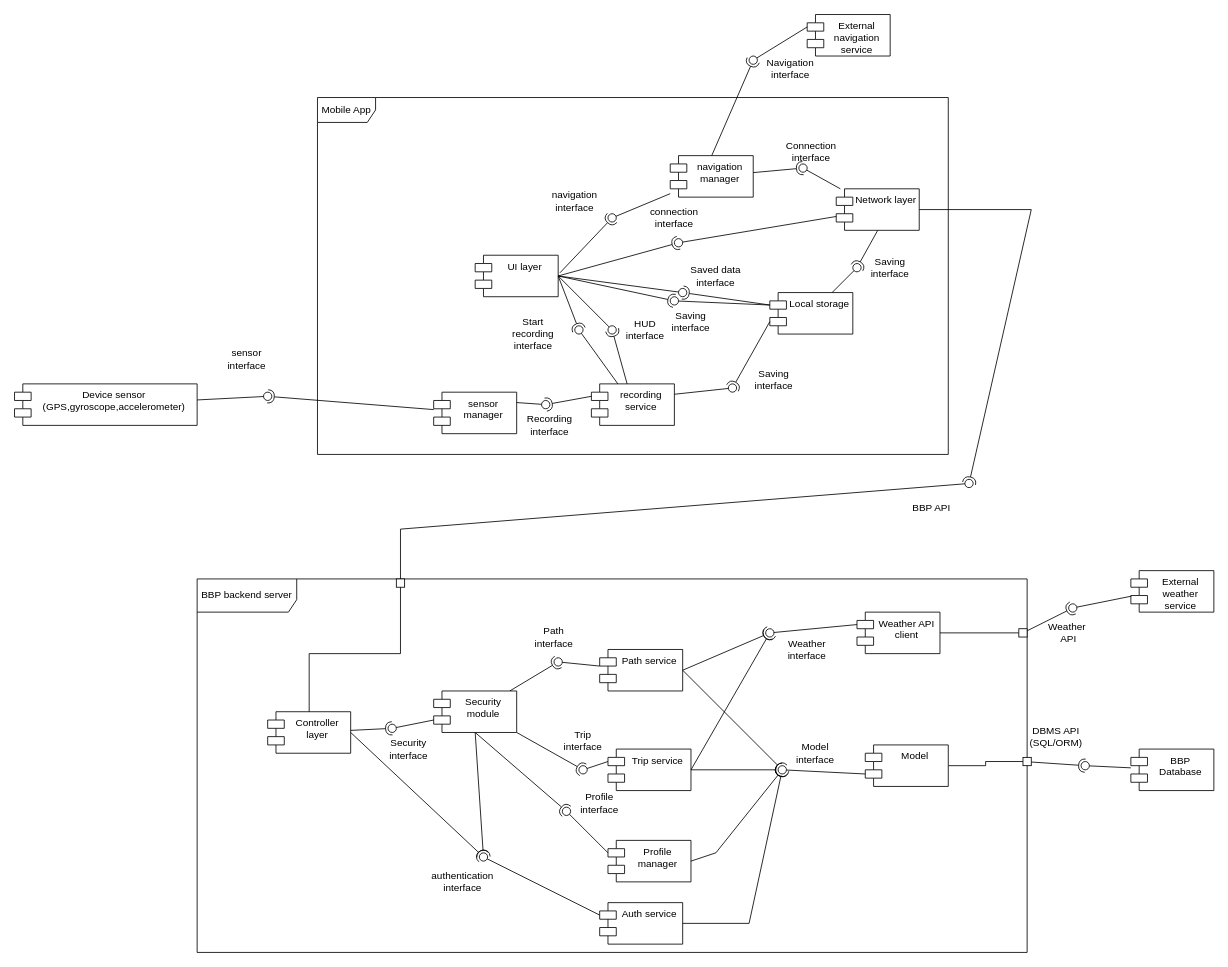
The draw.io diagram page "Complete_low_level_diagram" (3 of 7) of DD/LaTeXCode/images/drawio/Component_diagram.drawio in jacopobellosi/Bellosi-Montanelli-Tempobono, before the edit. Source tidied: cells renumbered, new cells numbered last; positions are measured from the earlier drawing's top-left corner, leaving out a move shared by most shapes. Both pictures are drawn from the tidied source at 83%, with x=0, y=0 at pixel (14, 14).
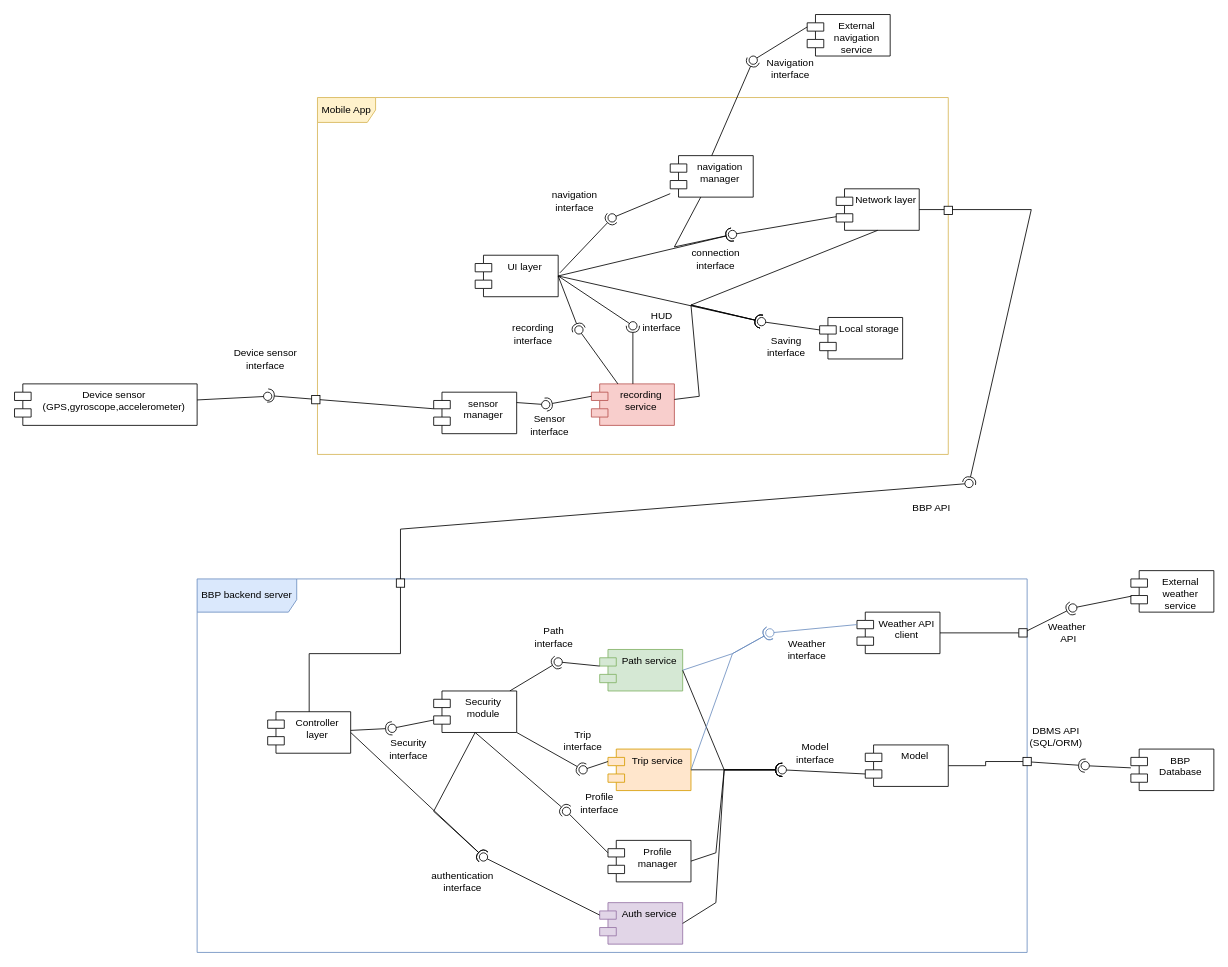
Above is the later version.

The change refers to these unchanged cells:
```xml
<mxCell id="32" value="Weather API client" style="shape=module;align=left;spacingLeft=20;align=center;verticalAlign=top;whiteSpace=wrap;html=1;" parent="1" vertex="1">
  <mxGeometry x="1015" y="720" width="100" height="50" as="geometry" />
</mxCell>
<mxCell id="33" value="Profile manager" style="shape=module;align=left;spacingLeft=20;align=center;verticalAlign=top;whiteSpace=wrap;html=1;" parent="1" vertex="1">
  <mxGeometry x="715" y="995" width="100" height="50" as="geometry" />
</mxCell>
<mxCell id="38" style="ellipse;whiteSpace=wrap;html=1;align=center;fillColor=none;strokeColor=none;perimeter=centerPerimeter;points=[];outlineConnect=1;" parent="1" vertex="1">
  <mxGeometry x="560" y="1010" width="10" height="10" as="geometry" />
</mxCell>
<mxCell id="57" style="ellipse;whiteSpace=wrap;html=1;align=center;fillColor=none;strokeColor=none;perimeter=centerPerimeter;points=[];outlineConnect=1;" parent="1" vertex="1">
  <mxGeometry x="905" y="740" width="10" height="10" as="geometry" />
</mxCell>
<mxCell id="58" value="Security&lt;br&gt;module" style="shape=module;align=left;spacingLeft=20;align=center;verticalAlign=top;whiteSpace=wrap;html=1;" parent="1" vertex="1">
  <mxGeometry x="505" y="815" width="100" height="50" as="geometry" />
</mxCell>
<mxCell id="63" value="UI layer" style="shape=module;align=left;spacingLeft=20;align=center;verticalAlign=top;whiteSpace=wrap;html=1;" parent="1" vertex="1">
  <mxGeometry x="555" y="290" width="100" height="50" as="geometry" />
</mxCell>
<mxCell id="65" value="sensor manager" style="shape=module;align=left;spacingLeft=20;align=center;verticalAlign=top;whiteSpace=wrap;html=1;" parent="1" vertex="1">
  <mxGeometry x="505" y="455" width="100" height="50" as="geometry" />
</mxCell>
<mxCell id="66" value="navigation&lt;br&gt;manager" style="shape=module;align=left;spacingLeft=20;align=center;verticalAlign=top;whiteSpace=wrap;html=1;" parent="1" vertex="1">
  <mxGeometry x="790" y="170" width="100" height="50" as="geometry" />
</mxCell>
<mxCell id="67" value="Network layer" style="shape=module;align=left;spacingLeft=20;align=center;verticalAlign=top;whiteSpace=wrap;html=1;" parent="1" vertex="1">
  <mxGeometry x="990" y="210" width="100" height="50" as="geometry" />
</mxCell>
<mxCell id="87" style="ellipse;whiteSpace=wrap;html=1;align=center;fillColor=none;strokeColor=none;perimeter=centerPerimeter;points=[];outlineConnect=1;" parent="1" vertex="1">
  <mxGeometry x="800" y="330" width="10" height="10" as="geometry" />
</mxCell>
<mxCell id="90" style="ellipse;whiteSpace=wrap;html=1;align=center;fillColor=none;strokeColor=none;perimeter=centerPerimeter;points=[];outlineConnect=1;" parent="1" vertex="1">
  <mxGeometry x="945" y="180" width="10" height="10" as="geometry" />
</mxCell>
<mxCell id="93" style="ellipse;whiteSpace=wrap;html=1;align=center;fillColor=none;strokeColor=none;perimeter=centerPerimeter;points=[];outlineConnect=1;" parent="1" vertex="1">
  <mxGeometry x="860" y="445" width="10" height="10" as="geometry" />
</mxCell>
<mxCell id="96" style="ellipse;whiteSpace=wrap;html=1;align=center;fillColor=none;strokeColor=none;perimeter=centerPerimeter;points=[];outlineConnect=1;" parent="1" vertex="1">
  <mxGeometry x="1010" y="300" width="10" height="10" as="geometry" />
</mxCell>
<mxCell id="102" style="ellipse;whiteSpace=wrap;html=1;align=center;fillColor=none;strokeColor=none;perimeter=centerPerimeter;points=[];outlineConnect=1;" parent="1" vertex="1">
  <mxGeometry x="300" y="455" width="10" height="10" as="geometry" />
</mxCell>
<mxCell id="108" style="ellipse;whiteSpace=wrap;html=1;align=center;fillColor=none;strokeColor=none;perimeter=centerPerimeter;points=[];outlineConnect=1;" parent="1" vertex="1">
  <mxGeometry x="715" y="375" width="10" height="10" as="geometry" />
</mxCell>
```

What changed in the source:
```diff
@@
-    <mxCell id="2" value="BBP backend server" style="shape=umlFrame;whiteSpace=wrap;html=1;width=120;height=40;" parent="1" vertex="1">
+    <mxCell id="2" value="BBP backend server" style="shape=umlFrame;whiteSpace=wrap;html=1;width=120;height=40;fillColor=#dae8fc;strokeColor=#6c8ebf;" parent="1" vertex="1">
       <mxGeometry x="220" y="680" width="1000" height="450" as="geometry" />
     </mxCell>
@@
-    <mxCell id="20" value="sensor interface" style="text;html=1;whiteSpace=wrap;strokeColor=none;fillColor=none;align=center;verticalAlign=middle;rounded=0;" parent="1" vertex="1">
-      <mxGeometry x="250" y="400" width="60" height="30" as="geometry" />
+    <mxCell id="20" value="Device sensor interface" style="text;html=1;whiteSpace=wrap;strokeColor=none;fillColor=none;align=center;verticalAlign=middle;rounded=0;" parent="1" vertex="1">
+      <mxGeometry x="250" y="400" width="105" height="30" as="geometry" />
     </mxCell>
@@
-    <mxCell id="28" value="Auth service" style="shape=module;align=left;spacingLeft=20;align=center;verticalAlign=top;whiteSpace=wrap;html=1;" parent="1" vertex="1">
+    <mxCell id="28" value="Auth service" style="shape=module;align=left;spacingLeft=20;align=center;verticalAlign=top;whiteSpace=wrap;html=1;fillColor=#e1d5e7;strokeColor=#9673a6;" parent="1" vertex="1">
       <mxGeometry x="705" y="1070" width="100" height="50" as="geometry" />
     </mxCell>
@@
-    <mxCell id="30" value="Path service" style="shape=module;align=left;spacingLeft=20;align=center;verticalAlign=top;whiteSpace=wrap;html=1;" parent="1" vertex="1">
+    <mxCell id="30" value="Path service" style="shape=module;align=left;spacingLeft=20;align=center;verticalAlign=top;whiteSpace=wrap;html=1;fillColor=#d5e8d4;strokeColor=#82b366;" parent="1" vertex="1">
       <mxGeometry x="705" y="765" width="100" height="50" as="geometry" />
     </mxCell>
-    <mxCell id="31" value="Trip service" style="shape=module;align=left;spacingLeft=20;align=center;verticalAlign=top;whiteSpace=wrap;html=1;" parent="1" vertex="1">
+    <mxCell id="31" value="Trip service" style="shape=module;align=left;spacingLeft=20;align=center;verticalAlign=top;whiteSpace=wrap;html=1;fillColor=#ffe6cc;strokeColor=#d79b00;" parent="1" vertex="1">
       <mxGeometry x="715" y="885" width="100" height="50" as="geometry" />
     </mxCell>
@@
     <mxCell id="48" style="rounded=0;jettySize=auto;html=1;endArrow=halfCircle;endFill=0;endSize=6;strokeWidth=1;sketch=0;exitX=1;exitY=0.5;exitDx=0;exitDy=0;" parent="1" edge="1" source="28">
       <mxGeometry relative="1" as="geometry">
         <mxPoint x="925" y="910" as="targetPoint" />
         <Array as="points">
-          <mxPoint x="885" y="1095" />
+          <mxPoint x="845" y="1070" />
+          <mxPoint x="855" y="910" />
         </Array>
       </mxGeometry>
     </mxCell>
@@
     <mxCell id="51" style="rounded=0;jettySize=auto;html=1;endArrow=halfCircle;endFill=0;endSize=6;strokeWidth=1;sketch=0;exitX=1;exitY=0.5;exitDx=0;exitDy=0;" parent="1" edge="1" source="30">
       <mxGeometry relative="1" as="geometry">
         <mxPoint x="925" y="910" as="targetPoint" />
+        <Array as="points">
+          <mxPoint x="855" y="910" />
+        </Array>
       </mxGeometry>
     </mxCell>
@@
-    <mxCell id="55" style="rounded=0;jettySize=auto;html=1;endArrow=halfCircle;endFill=0;endSize=6;strokeWidth=1;sketch=0;exitX=1;exitY=0.5;exitDx=0;exitDy=0;fillColor=#fff2cc;strokeColor=light-dark(#000000, #6d5100);" parent="1" edge="1" source="30" target="57">
-      <mxGeometry relative="1" as="geometry" />
+    <mxCell id="55" style="rounded=0;jettySize=auto;html=1;endArrow=halfCircle;endFill=0;endSize=6;strokeWidth=1;sketch=0;exitX=1;exitY=0.5;exitDx=0;exitDy=0;fillColor=#dae8fc;strokeColor=#6c8ebf;" parent="1" edge="1" source="30" target="57">
+      <mxGeometry relative="1" as="geometry">
+        <Array as="points">
+          <mxPoint x="865" y="770" />
+        </Array>
+      </mxGeometry>
     </mxCell>
-    <mxCell id="56" style="rounded=0;jettySize=auto;html=1;endArrow=oval;endFill=0;sketch=0;sourcePerimeterSpacing=0;targetPerimeterSpacing=0;endSize=10;exitX=0;exitY=0;exitDx=0;exitDy=15;exitPerimeter=0;fillColor=#fff2cc;strokeColor=light-dark(#000000, #6d5100);" parent="1" edge="1" source="32" target="57">
+    <mxCell id="56" style="rounded=0;jettySize=auto;html=1;endArrow=oval;endFill=0;sketch=0;sourcePerimeterSpacing=0;targetPerimeterSpacing=0;endSize=10;exitX=0;exitY=0;exitDx=0;exitDy=15;exitPerimeter=0;fillColor=#dae8fc;strokeColor=#6c8ebf;" parent="1" edge="1" source="32" target="57">
       <mxGeometry relative="1" as="geometry" />
     </mxCell>
@@
+    <mxCell id="62" value="Mobile App" style="shape=umlFrame;whiteSpace=wrap;html=1;width=70;height=30;fillColor=#fff2cc;strokeColor=#d6b656;gradientColor=none;swimlaneFillColor=none;fillStyle=auto;" parent="1" vertex="1">
+      <mxGeometry x="365" y="100" width="760" height="430" as="geometry" />
+    </mxCell>
@@
-    <mxCell id="62" value="Mobile App" style="shape=umlFrame;whiteSpace=wrap;html=1;width=70;height=30;" parent="1" vertex="1">
-      <mxGeometry x="365" y="100" width="760" height="430" as="geometry" />
-    </mxCell>
@@
-    <mxCell id="64" value="recording&lt;br&gt;service" style="shape=module;align=left;spacingLeft=20;align=center;verticalAlign=top;whiteSpace=wrap;html=1;" parent="1" vertex="1">
+    <mxCell id="64" value="recording&lt;br&gt;service" style="shape=module;align=left;spacingLeft=20;align=center;verticalAlign=top;whiteSpace=wrap;html=1;fillColor=#f8cecc;strokeColor=#b85450;" parent="1" vertex="1">
       <mxGeometry x="695" y="445" width="100" height="50" as="geometry" />
     </mxCell>
@@
     <mxCell id="68" value="Local storage" style="shape=module;align=left;spacingLeft=20;align=center;verticalAlign=top;whiteSpace=wrap;html=1;" parent="1" vertex="1">
-      <mxGeometry x="910" y="335" width="100" height="50" as="geometry" />
+      <mxGeometry x="970" y="365" width="100" height="50" as="geometry" />
     </mxCell>
@@
     <mxCell id="74" style="ellipse;whiteSpace=wrap;html=1;align=center;fillColor=none;strokeColor=none;perimeter=centerPerimeter;points=[];outlineConnect=1;" parent="1" vertex="1">
-      <mxGeometry x="795" y="270" width="10" height="10" as="geometry" />
+      <mxGeometry x="860" y="260" width="10" height="10" as="geometry" />
     </mxCell>
@@
     <mxCell id="80" style="ellipse;whiteSpace=wrap;html=1;align=center;fillColor=none;strokeColor=none;perimeter=centerPerimeter;points=[];outlineConnect=1;" parent="1" vertex="1">
-      <mxGeometry x="790" y="340" width="10" height="10" as="geometry" />
+      <mxGeometry x="895" y="365" width="10" height="10" as="geometry" />
     </mxCell>
@@
-    <mxCell id="85" style="rounded=0;jettySize=auto;html=1;endArrow=halfCircle;endFill=0;endSize=6;strokeWidth=1;sketch=0;exitX=0;exitY=0;exitDx=0;exitDy=15;exitPerimeter=0;" parent="1" edge="1" source="68" target="87">
-      <mxGeometry relative="1" as="geometry" />
-    </mxCell>
-    <mxCell id="86" style="rounded=0;jettySize=auto;html=1;endArrow=oval;endFill=0;sketch=0;sourcePerimeterSpacing=0;targetPerimeterSpacing=0;endSize=10;exitX=1;exitY=0.5;exitDx=0;exitDy=0;" parent="1" edge="1" source="63" target="87">
-      <mxGeometry relative="1" as="geometry" />
-    </mxCell>
@@
-    <mxCell id="88" style="rounded=0;jettySize=auto;html=1;endArrow=halfCircle;endFill=0;endSize=6;strokeWidth=1;sketch=0;" parent="1" edge="1" source="66" target="90">
-      <mxGeometry relative="1" as="geometry" />
+    <mxCell id="88" style="rounded=0;jettySize=auto;html=1;endArrow=halfCircle;endFill=0;endSize=6;strokeWidth=1;sketch=0;entryX=0.757;entryY=0.928;entryDx=0;entryDy=0;entryPerimeter=0;" parent="1" edge="1" source="66" target="74">
+      <mxGeometry relative="1" as="geometry">
+        <Array as="points">
+          <mxPoint x="795" y="280" />
+        </Array>
+      </mxGeometry>
     </mxCell>
-    <mxCell id="89" style="rounded=0;jettySize=auto;html=1;endArrow=oval;endFill=0;sketch=0;sourcePerimeterSpacing=0;targetPerimeterSpacing=0;endSize=10;" parent="1" edge="1" source="67" target="90">
-      <mxGeometry relative="1" as="geometry" />
-    </mxCell>
@@
-    <mxCell id="91" style="rounded=0;jettySize=auto;html=1;endArrow=halfCircle;endFill=0;endSize=6;strokeWidth=1;sketch=0;exitX=0;exitY=0;exitDx=0;exitDy=35;exitPerimeter=0;" parent="1" edge="1" source="68" target="93">
-      <mxGeometry relative="1" as="geometry" />
+    <mxCell id="91" style="rounded=0;jettySize=auto;html=1;endArrow=halfCircle;endFill=0;endSize=6;strokeWidth=1;sketch=0;entryX=0.353;entryY=0.713;entryDx=0;entryDy=0;entryPerimeter=0;" parent="1" edge="1" source="64" target="80">
+      <mxGeometry relative="1" as="geometry">
+        <Array as="points">
+          <mxPoint x="825" y="460" />
+          <mxPoint x="815" y="350" />
+        </Array>
+      </mxGeometry>
     </mxCell>
-    <mxCell id="92" style="rounded=0;jettySize=auto;html=1;endArrow=oval;endFill=0;sketch=0;sourcePerimeterSpacing=0;targetPerimeterSpacing=0;endSize=10;exitX=1;exitY=0.25;exitDx=0;exitDy=0;" parent="1" edge="1" source="64" target="93">
-      <mxGeometry relative="1" as="geometry" />
-    </mxCell>
@@
-    <mxCell id="94" style="rounded=0;jettySize=auto;html=1;endArrow=halfCircle;endFill=0;endSize=6;strokeWidth=1;sketch=0;exitX=0.5;exitY=1;exitDx=0;exitDy=0;" parent="1" edge="1" source="67" target="96">
-      <mxGeometry relative="1" as="geometry" />
+    <mxCell id="94" style="rounded=0;jettySize=auto;html=1;endArrow=halfCircle;endFill=0;endSize=6;strokeWidth=1;sketch=0;exitX=0.5;exitY=1;exitDx=0;exitDy=0;entryX=-0.073;entryY=0.927;entryDx=0;entryDy=0;entryPerimeter=0;" parent="1" edge="1" source="67" target="80">
+      <mxGeometry relative="1" as="geometry">
+        <Array as="points">
+          <mxPoint x="815" y="350" />
+        </Array>
+      </mxGeometry>
     </mxCell>
-    <mxCell id="95" style="rounded=0;jettySize=auto;html=1;endArrow=oval;endFill=0;sketch=0;sourcePerimeterSpacing=0;targetPerimeterSpacing=0;endSize=10;exitX=0.75;exitY=0;exitDx=0;exitDy=0;" parent="1" edge="1" source="68" target="96">
-      <mxGeometry relative="1" as="geometry" />
-    </mxCell>
@@
-    <mxCell id="100" style="rounded=0;jettySize=auto;html=1;endArrow=halfCircle;endFill=0;endSize=6;strokeWidth=1;sketch=0;" parent="1" edge="1" source="65" target="102">
-      <mxGeometry relative="1" as="geometry" />
+    <mxCell id="100" style="rounded=0;orthogonalLoop=1;jettySize=auto;html=1;endArrow=halfCircle;endFill=0;endSize=6;strokeWidth=1;sketch=0;" parent="1" edge="1">
+      <mxGeometry relative="1" as="geometry">
+        <mxPoint x="505" y="475" as="sourcePoint" />
+        <mxPoint x="305" y="459" as="targetPoint" />
+      </mxGeometry>
     </mxCell>
@@
-    <mxCell id="106" style="rounded=0;jettySize=auto;html=1;endArrow=halfCircle;endFill=0;endSize=6;strokeWidth=1;sketch=0;" parent="1" edge="1" source="64" target="108">
-      <mxGeometry relative="1" as="geometry" />
-    </mxCell>
-    <mxCell id="107" style="rounded=0;jettySize=auto;html=1;endArrow=oval;endFill=0;sketch=0;sourcePerimeterSpacing=0;targetPerimeterSpacing=0;endSize=10;exitX=1;exitY=0.5;exitDx=0;exitDy=0;" parent="1" edge="1" source="63" target="108">
-      <mxGeometry relative="1" as="geometry" />
-    </mxCell>
@@
     <mxCell id="112" style="rounded=0;jettySize=auto;html=1;endArrow=halfCircle;endFill=0;endSize=6;strokeWidth=1;sketch=0;exitX=0.5;exitY=1;exitDx=0;exitDy=0;" parent="1" edge="1" source="58" target="38">
-      <mxGeometry relative="1" as="geometry" />
+      <mxGeometry relative="1" as="geometry">
+        <Array as="points">
+          <mxPoint x="505" y="960" />
+        </Array>
+      </mxGeometry>
     </mxCell>
@@
     <mxCell id="114" style="rounded=0;jettySize=auto;html=1;endArrow=halfCircle;endFill=0;endSize=6;strokeWidth=1;sketch=0;exitX=1;exitY=0.5;exitDx=0;exitDy=0;" parent="1" edge="1" source="33">
       <mxGeometry relative="1" as="geometry">
         <mxPoint x="925" y="910" as="targetPoint" />
         <Array as="points">
           <mxPoint x="845" y="1010" />
+          <mxPoint x="855" y="910" />
         </Array>
       </mxGeometry>
     </mxCell>
-    <mxCell id="115" value="HUD interface" style="text;html=1;whiteSpace=wrap;strokeColor=none;fillColor=none;align=center;verticalAlign=middle;rounded=0;" parent="1" vertex="1">
-      <mxGeometry x="730" y="365" width="60" height="30" as="geometry" />
-    </mxCell>
-    <mxCell id="116" value="Start recording interface" style="text;html=1;whiteSpace=wrap;strokeColor=none;fillColor=none;align=center;verticalAlign=middle;rounded=0;" parent="1" vertex="1">
+    <mxCell id="116" value="recording&lt;br&gt;interface" style="text;html=1;whiteSpace=wrap;strokeColor=none;fillColor=none;align=center;verticalAlign=middle;rounded=0;" parent="1" vertex="1">
       <mxGeometry x="585" y="370" width="80" height="30" as="geometry" />
     </mxCell>
-    <mxCell id="117" value="Recording interface" style="text;html=1;whiteSpace=wrap;strokeColor=none;fillColor=none;align=center;verticalAlign=middle;rounded=0;" parent="1" vertex="1">
+    <mxCell id="117" value="Sensor&lt;br&gt;interface" style="text;html=1;whiteSpace=wrap;strokeColor=none;fillColor=none;align=center;verticalAlign=middle;rounded=0;" parent="1" vertex="1">
       <mxGeometry x="615" y="480" width="60" height="30" as="geometry" />
     </mxCell>
-    <mxCell id="118" value="Saving&lt;br&gt;interface" style="text;html=1;whiteSpace=wrap;strokeColor=none;fillColor=none;align=center;verticalAlign=middle;rounded=0;" parent="1" vertex="1">
-      <mxGeometry x="885" y="425" width="60" height="30" as="geometry" />
-    </mxCell>
     <mxCell id="119" value="Saving&lt;br&gt;interface" style="text;html=1;whiteSpace=wrap;strokeColor=none;fillColor=none;align=center;verticalAlign=middle;rounded=0;" parent="1" vertex="1">
-      <mxGeometry x="785" y="355" width="60" height="30" as="geometry" />
+      <mxGeometry x="900" y="385" width="60" height="30" as="geometry" />
     </mxCell>
-    <mxCell id="120" value="Saved data interface" style="text;html=1;whiteSpace=wrap;strokeColor=none;fillColor=none;align=center;verticalAlign=middle;rounded=0;" parent="1" vertex="1">
-      <mxGeometry x="800" y="300" width="90" height="30" as="geometry" />
-    </mxCell>
     <mxCell id="121" value="connection&lt;br&gt;interface" style="text;html=1;whiteSpace=wrap;strokeColor=none;fillColor=none;align=center;verticalAlign=middle;rounded=0;" parent="1" vertex="1">
-      <mxGeometry x="765" y="230" width="60" height="30" as="geometry" />
+      <mxGeometry x="815" y="280" width="60" height="30" as="geometry" />
     </mxCell>
@@
-    <mxCell id="123" value="Connection interface" style="text;html=1;whiteSpace=wrap;strokeColor=none;fillColor=none;align=center;verticalAlign=middle;rounded=0;" parent="1" vertex="1">
-      <mxGeometry x="930" y="150" width="60" height="30" as="geometry" />
-    </mxCell>
-    <mxCell id="124" value="Saving interface" style="text;html=1;whiteSpace=wrap;strokeColor=none;fillColor=none;align=center;verticalAlign=middle;rounded=0;" parent="1" vertex="1">
-      <mxGeometry x="1025" y="290" width="60" height="30" as="geometry" />
-    </mxCell>
@@
-    <mxCell id="131" style="rounded=0;jettySize=auto;html=1;endArrow=halfCircle;endFill=0;endSize=6;strokeWidth=1;sketch=0;exitX=1;exitY=0.5;exitDx=0;exitDy=0;fillColor=#fff2cc;strokeColor=light-dark(#000000, #6d5100);entryX=0.172;entryY=0.657;entryDx=0;entryDy=0;entryPerimeter=0;" parent="1" edge="1" source="31" target="57">
-      <mxGeometry relative="1" as="geometry" />
+    <mxCell id="131" style="rounded=0;jettySize=auto;html=1;endArrow=halfCircle;endFill=0;endSize=6;strokeWidth=1;sketch=0;exitX=1;exitY=0.5;exitDx=0;exitDy=0;fillColor=#dae8fc;strokeColor=#6c8ebf;entryX=0.172;entryY=0.657;entryDx=0;entryDy=0;entryPerimeter=0;" parent="1" edge="1" source="31" target="57">
+      <mxGeometry relative="1" as="geometry">
+        <Array as="points">
+          <mxPoint x="865" y="770" />
+        </Array>
+      </mxGeometry>
     </mxCell>
@@
+    <mxCell id="133" style="rounded=0;whiteSpace=wrap;html=1;" parent="1" vertex="1">
+      <mxGeometry x="358" y="459" width="10" height="10" as="geometry" />
+    </mxCell>
+    <mxCell id="134" style="rounded=0;whiteSpace=wrap;html=1;" parent="1" vertex="1">
+      <mxGeometry x="1120" y="231" width="10" height="10" as="geometry" />
+    </mxCell>
+    <mxCell id="135" style="rounded=0;jettySize=auto;html=1;endArrow=halfCircle;endFill=0;endSize=6;strokeWidth=1;sketch=0;" parent="1" edge="1" source="64" target="137">
+      <mxGeometry relative="1" as="geometry" />
+    </mxCell>
+    <mxCell id="136" style="rounded=0;jettySize=auto;html=1;endArrow=oval;endFill=0;sketch=0;sourcePerimeterSpacing=0;targetPerimeterSpacing=0;endSize=10;exitX=1;exitY=0.5;exitDx=0;exitDy=0;" parent="1" edge="1" source="63" target="137">
+      <mxGeometry relative="1" as="geometry" />
+    </mxCell>
+    <mxCell id="137" style="ellipse;whiteSpace=wrap;html=1;align=center;fillColor=none;strokeColor=none;perimeter=centerPerimeter;points=[];outlineConnect=1;" parent="1" vertex="1">
+      <mxGeometry x="740" y="370" width="10" height="10" as="geometry" />
+    </mxCell>
+    <mxCell id="115" value="HUD&lt;br&gt;interface" style="text;html=1;whiteSpace=wrap;strokeColor=none;fillColor=none;align=center;verticalAlign=middle;rounded=0;" parent="1" vertex="1">
+      <mxGeometry x="750" y="355" width="60" height="30" as="geometry" />
+    </mxCell>
```
